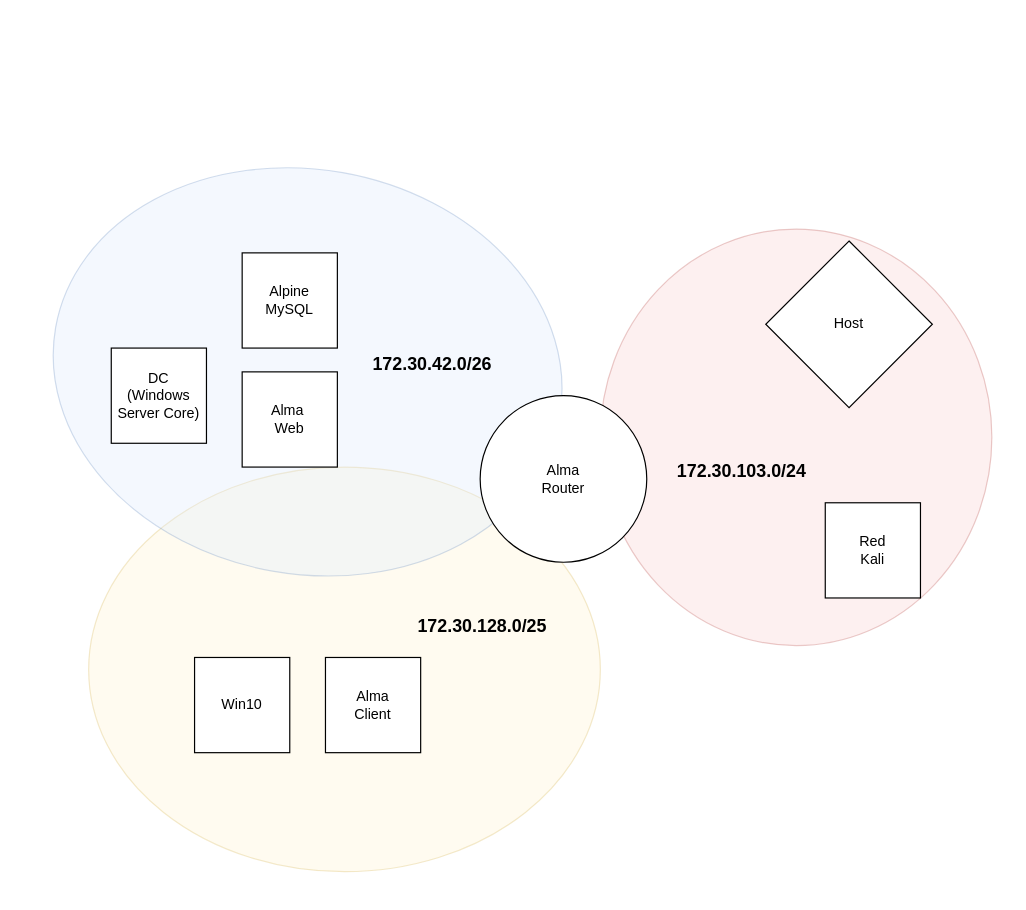
Earlier version of the draw.io diagram network-overview.drawio (nealjoos/cybersecurity-advanced-lab). Source tidied: cells renumbered, new cells numbered last; positions are measured from the earlier drawing's top-left corner, leaving out a move shared by most shapes. Both pictures are drawn from the tidied source at 119%, with x=0, y=0 at pixel (51, 169).
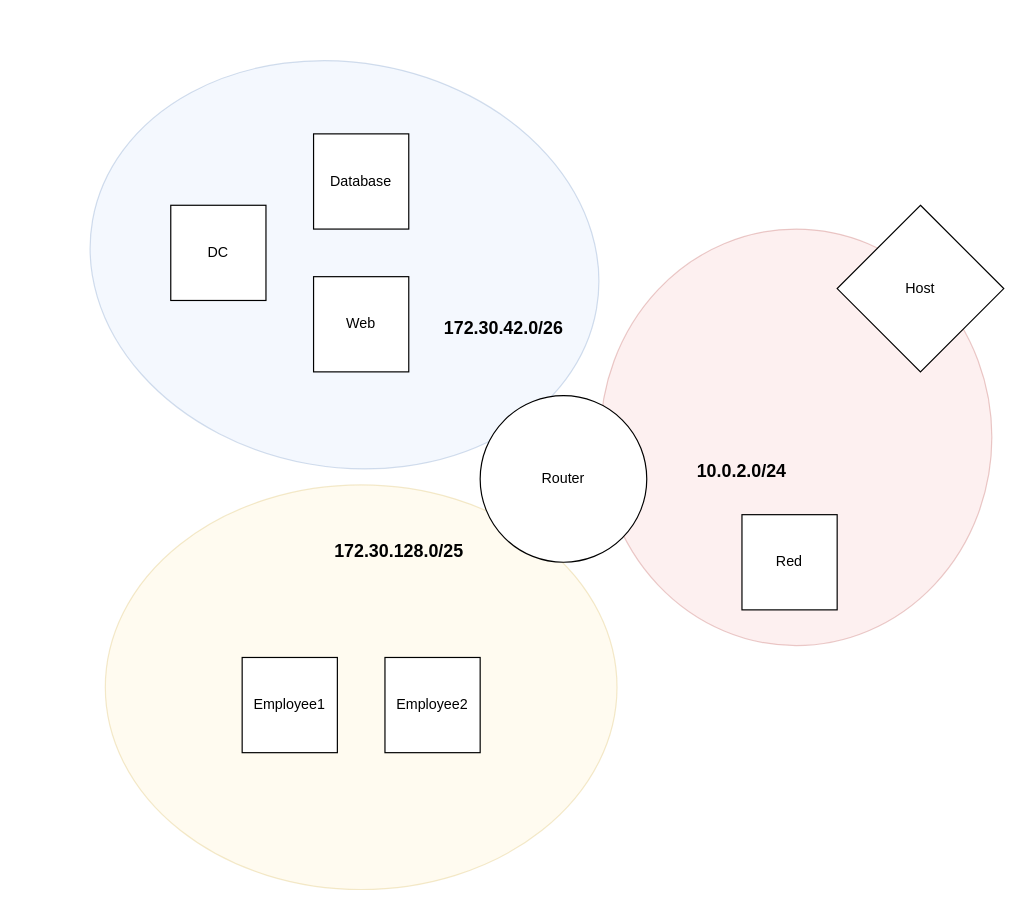
After the change.

Diff of the diagram source:
```diff
@@
 <mxGraphModel>
   <root>
     <mxCell id="0" />
     <mxCell id="1" parent="0" />
     <mxCell id="2" style="ellipse;whiteSpace=wrap;html=1;fillColor=#f8cecc;strokeColor=#b85450;opacity=30;rotation=0;" parent="1" vertex="1">
       <mxGeometry x="461" y="50" width="329" height="350" as="geometry" />
     </mxCell>
     <mxCell id="3" style="ellipse;whiteSpace=wrap;html=1;fillColor=#fff2cc;strokeColor=#d6b656;opacity=30;" parent="1" vertex="1">
-      <mxGeometry x="31" y="250" width="430" height="340" as="geometry" />
+      <mxGeometry x="45" y="265" width="430" height="340" as="geometry" />
     </mxCell>
     <mxCell id="4" style="ellipse;whiteSpace=wrap;html=1;fillColor=#dae8fc;strokeColor=#6c8ebf;opacity=30;rotation=10;" parent="1" vertex="1">
-      <mxGeometry width="430" height="340" as="geometry" />
+      <mxGeometry x="31" y="-90" width="430" height="340" as="geometry" />
     </mxCell>
-    <mxCell id="5" value="Alma&lt;br&gt;Router" style="ellipse;whiteSpace=wrap;html=1;" parent="1" vertex="1">
+    <mxCell id="5" value="Router" style="ellipse;whiteSpace=wrap;html=1;" parent="1" vertex="1">
       <mxGeometry x="360" y="190" width="140" height="140" as="geometry" />
     </mxCell>
     <mxCell id="6" value="Host" style="rhombus;whiteSpace=wrap;html=1;" parent="1" vertex="1">
-      <mxGeometry x="600" y="60" width="140" height="140" as="geometry" />
+      <mxGeometry x="660" y="30" width="140" height="140" as="geometry" />
     </mxCell>
-    <mxCell id="7" value="Red&lt;br&gt;Kali" style="whiteSpace=wrap;html=1;" parent="1" vertex="1">
-      <mxGeometry x="650" y="280" width="80" height="80" as="geometry" />
+    <mxCell id="7" value="Red" style="whiteSpace=wrap;html=1;" parent="1" vertex="1">
+      <mxGeometry x="580" y="290" width="80" height="80" as="geometry" />
     </mxCell>
-    <mxCell id="8" value="Alma&lt;br&gt;Client" style="whiteSpace=wrap;html=1;" parent="1" vertex="1">
-      <mxGeometry x="230" y="410" width="80" height="80" as="geometry" />
+    <mxCell id="8" value="Employee2" style="whiteSpace=wrap;html=1;" parent="1" vertex="1">
+      <mxGeometry x="280" y="410" width="80" height="80" as="geometry" />
     </mxCell>
-    <mxCell id="9" value="Win10" style="whiteSpace=wrap;html=1;" parent="1" vertex="1">
-      <mxGeometry x="120" y="410" width="80" height="80" as="geometry" />
+    <mxCell id="9" value="Employee1" style="whiteSpace=wrap;html=1;" parent="1" vertex="1">
+      <mxGeometry x="160" y="410" width="80" height="80" as="geometry" />
     </mxCell>
-    <mxCell id="10" value="DC&lt;br&gt;(Windows Server Core)" style="whiteSpace=wrap;html=1;" parent="1" vertex="1">
-      <mxGeometry x="50" y="150" width="80" height="80" as="geometry" />
+    <mxCell id="10" value="DC" style="whiteSpace=wrap;html=1;" parent="1" vertex="1">
+      <mxGeometry x="100" y="30" width="80" height="80" as="geometry" />
     </mxCell>
-    <mxCell id="11" value="Alpine&lt;br&gt;MySQL" style="whiteSpace=wrap;html=1;" parent="1" vertex="1">
-      <mxGeometry x="160" y="70" width="80" height="80" as="geometry" />
+    <mxCell id="11" value="Database" style="whiteSpace=wrap;html=1;" parent="1" vertex="1">
+      <mxGeometry x="220" y="-30" width="80" height="80" as="geometry" />
     </mxCell>
-    <mxCell id="12" value="Alma&amp;nbsp;&lt;br&gt;Web" style="whiteSpace=wrap;html=1;" parent="1" vertex="1">
-      <mxGeometry x="160" y="170" width="80" height="80" as="geometry" />
+    <mxCell id="12" value="Web" style="whiteSpace=wrap;html=1;" parent="1" vertex="1">
+      <mxGeometry x="220" y="90" width="80" height="80" as="geometry" />
     </mxCell>
     <mxCell id="13" value="&lt;font style=&quot;font-size: 15px;&quot;&gt;&lt;b&gt;172.30.42.0/26&lt;/b&gt;&lt;/font&gt;" style="text;html=1;strokeColor=none;fillColor=none;align=center;verticalAlign=middle;whiteSpace=wrap;rounded=0;opacity=30;" parent="1" vertex="1">
-      <mxGeometry x="270" y="140" width="100" height="45" as="geometry" />
+      <mxGeometry x="330" y="110" width="100" height="45" as="geometry" />
     </mxCell>
     <mxCell id="14" value="&lt;font style=&quot;font-size: 15px;&quot;&gt;&lt;b&gt;172.30.128.0/25&lt;br&gt;&lt;/b&gt;&lt;/font&gt;" style="text;html=1;strokeColor=none;fillColor=none;align=center;verticalAlign=middle;whiteSpace=wrap;rounded=0;opacity=30;" parent="1" vertex="1">
-      <mxGeometry x="294" y="360" width="136" height="45" as="geometry" />
+      <mxGeometry x="224" y="297.5" width="136" height="45" as="geometry" />
     </mxCell>
-    <mxCell id="15" value="&lt;font style=&quot;font-size: 15px;&quot;&gt;&lt;b&gt;172.30.103.0/24&lt;br&gt;&lt;/b&gt;&lt;/font&gt;" style="text;html=1;strokeColor=none;fillColor=none;align=center;verticalAlign=middle;whiteSpace=wrap;rounded=0;opacity=30;" parent="1" vertex="1">
+    <mxCell id="15" value="&lt;font style=&quot;font-size: 15px&quot;&gt;&lt;b&gt;10.0.2.0/24&lt;br&gt;&lt;/b&gt;&lt;/font&gt;" style="text;html=1;strokeColor=none;fillColor=none;align=center;verticalAlign=middle;whiteSpace=wrap;rounded=0;opacity=30;" parent="1" vertex="1">
       <mxGeometry x="530" y="230" width="100" height="45" as="geometry" />
     </mxCell>
   </root>
 </mxGraphModel>
```
